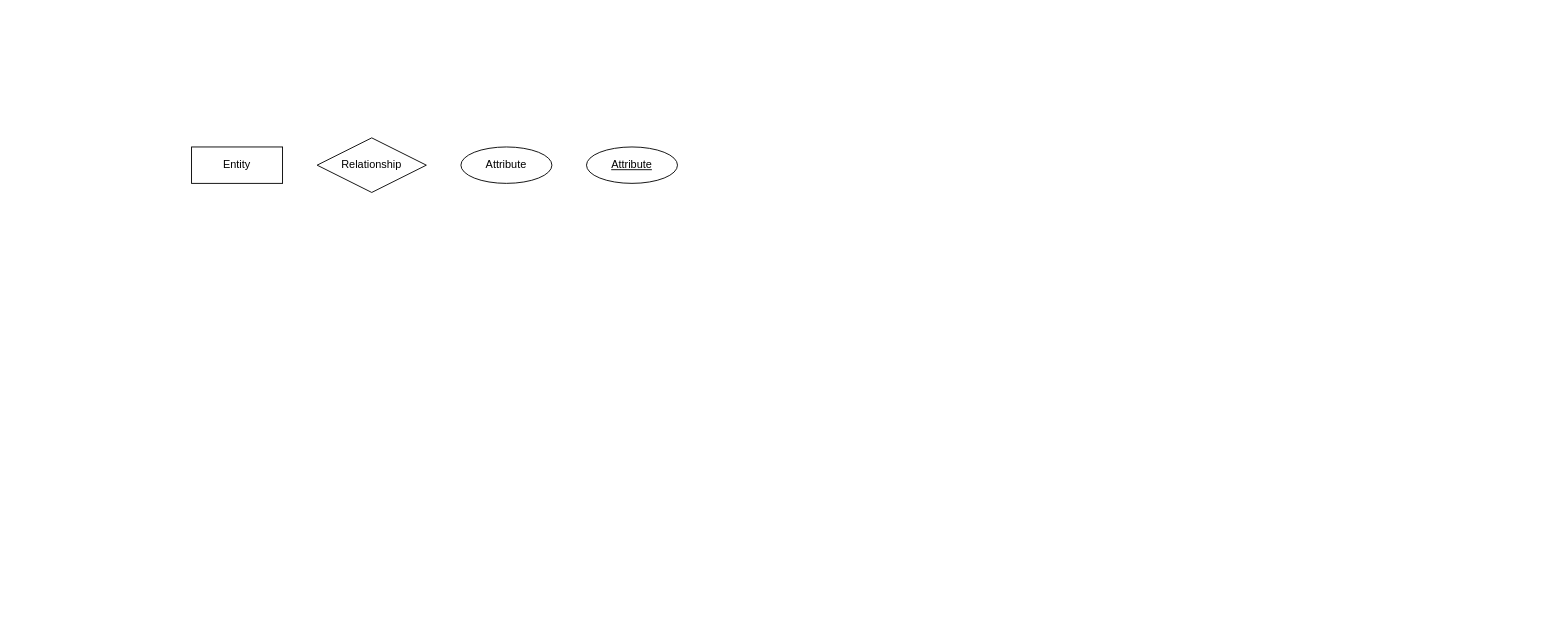
Above: 제목 없는 다이어그램.drawio in blendy9702/til-dbms (draw.io), before the change. Source tidied: cells renumbered, new cells numbered last; positions are measured from the earlier drawing's top-left corner, leaving out a move shared by most shapes. Both pictures are drawn from the tidied source at 91%, with x=0, y=0 at pixel (191, 137).
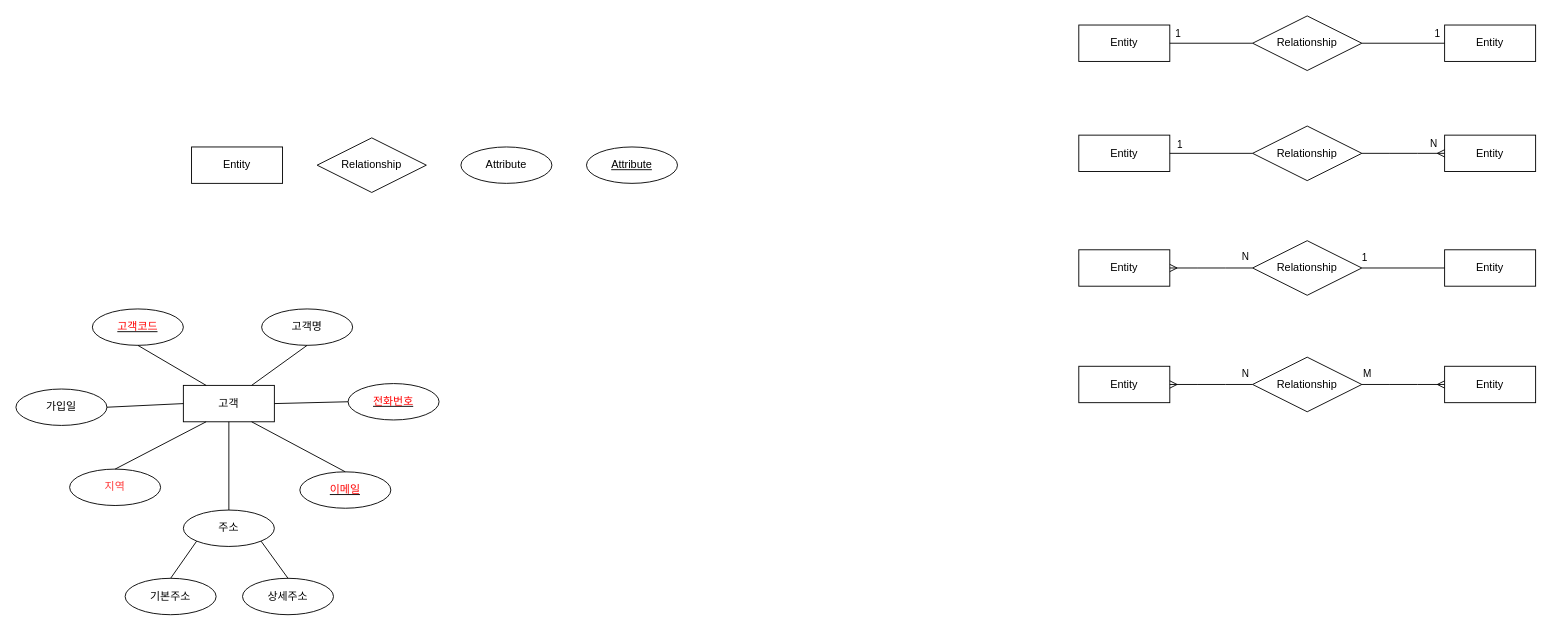
After the change.

Commit message:
1차 시작.drawio 업데이트

What changed in the source:
```diff
@@
+    <mxCell id="6" value="Entity" style="whiteSpace=wrap;html=1;align=center;" parent="1" vertex="1">
+      <mxGeometry x="975" y="-124" width="100" height="40" as="geometry" />
+    </mxCell>
+    <mxCell id="7" value="Relationship" style="shape=rhombus;perimeter=rhombusPerimeter;whiteSpace=wrap;html=1;align=center;" parent="1" vertex="1">
+      <mxGeometry x="1166" y="-134" width="120" height="60" as="geometry" />
+    </mxCell>
+    <mxCell id="8" value="Entity" style="whiteSpace=wrap;html=1;align=center;" parent="1" vertex="1">
+      <mxGeometry x="1377" y="-124" width="100" height="40" as="geometry" />
+    </mxCell>
+    <mxCell id="9" style="endArrow=none;html=1;rounded=0;exitX=1;exitY=0.5;exitDx=0;exitDy=0;entryX=0;entryY=0.5;entryDx=0;entryDy=0;" parent="1" edge="1" source="6" target="7">
+      <mxGeometry x="-0.71" y="11" relative="1" as="geometry" />
+    </mxCell>
+    <mxCell id="10" value="1" style="edgeLabel;html=1;align=center;verticalAlign=middle;" parent="9" vertex="1">
+      <mxGeometry x="-0.02" y="2" relative="1" as="geometry">
+        <mxPoint x="-37" y="-9" as="offset" />
+      </mxGeometry>
+    </mxCell>
+    <mxCell id="11" style="endArrow=none;html=1;rounded=0;exitX=1;exitY=0.5;exitDx=0;exitDy=0;entryX=0;entryY=0.5;entryDx=0;entryDy=0;" parent="1" edge="1" source="7" target="8">
+      <mxGeometry x="0.65" y="11" relative="1" as="geometry" />
+    </mxCell>
+    <mxCell id="12" value="1" style="edgeLabel;html=1;align=center;verticalAlign=middle;" parent="11" vertex="1">
+      <mxGeometry x="0.26" y="-1" relative="1" as="geometry">
+        <mxPoint x="25" y="-12" as="offset" />
+      </mxGeometry>
+    </mxCell>
+    <mxCell id="13" value="Entity" style="whiteSpace=wrap;html=1;align=center;" parent="1" vertex="1">
+      <mxGeometry x="975" y="-3" width="100" height="40" as="geometry" />
+    </mxCell>
+    <mxCell id="14" value="Relationship" style="shape=rhombus;perimeter=rhombusPerimeter;whiteSpace=wrap;html=1;align=center;" parent="1" vertex="1">
+      <mxGeometry x="1166" y="-13" width="120" height="60" as="geometry" />
+    </mxCell>
+    <mxCell id="15" value="Entity" style="whiteSpace=wrap;html=1;align=center;" parent="1" vertex="1">
+      <mxGeometry x="1377" y="-3" width="100" height="40" as="geometry" />
+    </mxCell>
+    <mxCell id="16" style="endArrow=none;html=1;rounded=0;exitX=1;exitY=0.5;exitDx=0;exitDy=0;entryX=0;entryY=0.5;entryDx=0;entryDy=0;" parent="1" edge="1" source="13" target="14">
+      <mxGeometry relative="1" as="geometry" />
+    </mxCell>
+    <mxCell id="17" value="1" style="edgeLabel;html=1;align=center;verticalAlign=middle;" parent="16" vertex="1">
+      <mxGeometry x="-0.59" y="2" relative="1" as="geometry">
+        <mxPoint x="-9" y="-8" as="offset" />
+      </mxGeometry>
+    </mxCell>
+    <mxCell id="18" value="Entity" style="whiteSpace=wrap;html=1;align=center;" parent="1" vertex="1">
+      <mxGeometry x="975" y="123" width="100" height="40" as="geometry" />
+    </mxCell>
+    <mxCell id="19" value="Relationship" style="shape=rhombus;perimeter=rhombusPerimeter;whiteSpace=wrap;html=1;align=center;" parent="1" vertex="1">
+      <mxGeometry x="1166" y="113" width="120" height="60" as="geometry" />
+    </mxCell>
+    <mxCell id="20" value="Entity" style="whiteSpace=wrap;html=1;align=center;" parent="1" vertex="1">
+      <mxGeometry x="1377" y="123" width="100" height="40" as="geometry" />
+    </mxCell>
+    <mxCell id="21" style="endArrow=none;html=1;rounded=0;exitX=1;exitY=0.5;exitDx=0;exitDy=0;entryX=0;entryY=0.5;entryDx=0;entryDy=0;" parent="1" edge="1" source="19" target="20">
+      <mxGeometry relative="1" as="geometry" />
+    </mxCell>
+    <mxCell id="22" value="Entity" style="whiteSpace=wrap;html=1;align=center;" parent="1" vertex="1">
+      <mxGeometry x="975" y="251" width="100" height="40" as="geometry" />
+    </mxCell>
+    <mxCell id="23" value="Relationship" style="shape=rhombus;perimeter=rhombusPerimeter;whiteSpace=wrap;html=1;align=center;" parent="1" vertex="1">
+      <mxGeometry x="1166" y="241" width="120" height="60" as="geometry" />
+    </mxCell>
+    <mxCell id="24" value="Entity" style="whiteSpace=wrap;html=1;align=center;" parent="1" vertex="1">
+      <mxGeometry x="1377" y="251" width="100" height="40" as="geometry" />
+    </mxCell>
+    <mxCell id="25" style="edgeStyle=entityRelationEdgeStyle;fontSize=12;html=1;endArrow=ERmany;rounded=0;exitX=1;exitY=0.5;exitDx=0;exitDy=0;" parent="1" edge="1" source="14" target="15">
+      <mxGeometry relative="1" as="geometry" />
+    </mxCell>
+    <mxCell id="26" value="N" style="edgeLabel;html=1;align=center;verticalAlign=middle;" parent="25" vertex="1">
+      <mxGeometry x="0.25" y="2" relative="1" as="geometry">
+        <mxPoint x="21" y="-9" as="offset" />
+      </mxGeometry>
+    </mxCell>
+    <mxCell id="27" style="edgeStyle=entityRelationEdgeStyle;fontSize=12;html=1;endArrow=ERmany;rounded=0;exitX=0;exitY=0.5;exitDx=0;exitDy=0;" parent="1" edge="1" source="19" target="18">
+      <mxGeometry relative="1" as="geometry" />
+    </mxCell>
+    <mxCell id="28" value="N" style="edgeLabel;html=1;align=center;verticalAlign=middle;" parent="27" vertex="1">
+      <mxGeometry x="0.25" y="2" relative="1" as="geometry">
+        <mxPoint x="48" y="-15" as="offset" />
+      </mxGeometry>
+    </mxCell>
+    <mxCell id="29" value="1" style="edgeLabel;html=1;align=center;verticalAlign=middle;" parent="1" vertex="1">
+      <mxGeometry x="1017" y="17" as="geometry">
+        <mxPoint x="271" y="114" as="offset" />
+      </mxGeometry>
+    </mxCell>
+    <mxCell id="30" style="edgeStyle=entityRelationEdgeStyle;fontSize=12;html=1;endArrow=ERmany;rounded=0;entryX=1;entryY=0.5;entryDx=0;entryDy=0;exitX=0;exitY=0.5;exitDx=0;exitDy=0;" parent="1" edge="1" source="23" target="22">
+      <mxGeometry relative="1" as="geometry" />
+    </mxCell>
+    <mxCell id="31" value="N" style="edgeLabel;html=1;align=center;verticalAlign=middle;" parent="30" vertex="1">
+      <mxGeometry x="0.25" y="2" relative="1" as="geometry">
+        <mxPoint x="48" y="-15" as="offset" />
+      </mxGeometry>
+    </mxCell>
+    <mxCell id="32" style="edgeStyle=entityRelationEdgeStyle;fontSize=12;html=1;endArrow=ERmany;rounded=0;exitX=1;exitY=0.5;exitDx=0;exitDy=0;entryX=0;entryY=0.5;entryDx=0;entryDy=0;" parent="1" edge="1" source="23" target="24">
+      <mxGeometry relative="1" as="geometry" />
+    </mxCell>
+    <mxCell id="33" value="M" style="edgeLabel;html=1;align=center;verticalAlign=middle;" parent="32" vertex="1">
+      <mxGeometry x="0.25" y="2" relative="1" as="geometry">
+        <mxPoint x="-52" y="-11" as="offset" />
+      </mxGeometry>
+    </mxCell>
+    <mxCell id="34" value="고객" style="whiteSpace=wrap;html=1;align=center;" parent="1" vertex="1">
+      <mxGeometry x="-9" y="272" width="100" height="40" as="geometry" />
+    </mxCell>
+    <mxCell id="35" value="&lt;u&gt;&lt;font style=&quot;color: rgb(255, 0, 0);&quot;&gt;고객코드&lt;/font&gt;&lt;/u&gt;" style="ellipse;whiteSpace=wrap;html=1;align=center;" parent="1" vertex="1">
+      <mxGeometry x="-109" y="188" width="100" height="40" as="geometry" />
+    </mxCell>
+    <mxCell id="36" value="고객명" style="ellipse;whiteSpace=wrap;html=1;align=center;" parent="1" vertex="1">
+      <mxGeometry x="77" y="188" width="100" height="40" as="geometry" />
+    </mxCell>
+    <mxCell id="37" value="&lt;u&gt;&lt;font style=&quot;color: rgb(255, 0, 0);&quot;&gt;전화번호&lt;/font&gt;&lt;/u&gt;" style="ellipse;whiteSpace=wrap;html=1;align=center;" parent="1" vertex="1">
+      <mxGeometry x="172" y="270" width="100" height="40" as="geometry" />
+    </mxCell>
+    <mxCell id="38" value="&lt;u&gt;&lt;font style=&quot;color: rgb(255, 0, 0);&quot;&gt;이메일&lt;/font&gt;&lt;/u&gt;" style="ellipse;whiteSpace=wrap;html=1;align=center;" parent="1" vertex="1">
+      <mxGeometry x="119" y="367" width="100" height="40" as="geometry" />
+    </mxCell>
+    <mxCell id="39" value="&lt;font style=&quot;color: rgb(255, 58, 58);&quot;&gt;지역&lt;/font&gt;" style="ellipse;whiteSpace=wrap;html=1;align=center;" parent="1" vertex="1">
+      <mxGeometry x="-134" y="364" width="100" height="40" as="geometry" />
+    </mxCell>
+    <mxCell id="40" value="가입일" style="ellipse;whiteSpace=wrap;html=1;align=center;" parent="1" vertex="1">
+      <mxGeometry x="-193" y="276" width="100" height="40" as="geometry" />
+    </mxCell>
+    <mxCell id="41" style="endArrow=none;html=1;rounded=0;entryX=0.5;entryY=1;entryDx=0;entryDy=0;exitX=0.75;exitY=0;exitDx=0;exitDy=0;" parent="1" edge="1" source="34" target="36">
+      <mxGeometry relative="1" as="geometry" />
+    </mxCell>
+    <mxCell id="42" style="endArrow=none;html=1;rounded=0;entryX=0.5;entryY=1;entryDx=0;entryDy=0;exitX=0.25;exitY=0;exitDx=0;exitDy=0;" parent="1" edge="1" source="34" target="35">
+      <mxGeometry relative="1" as="geometry" />
+    </mxCell>
+    <mxCell id="43" style="endArrow=none;html=1;rounded=0;entryX=0;entryY=0.5;entryDx=0;entryDy=0;exitX=1;exitY=0.5;exitDx=0;exitDy=0;" parent="1" edge="1" source="40" target="34">
+      <mxGeometry relative="1" as="geometry" />
+    </mxCell>
+    <mxCell id="44" style="endArrow=none;html=1;rounded=0;entryX=0;entryY=0.5;entryDx=0;entryDy=0;exitX=1;exitY=0.5;exitDx=0;exitDy=0;" parent="1" edge="1" source="34" target="37">
+      <mxGeometry relative="1" as="geometry" />
+    </mxCell>
+    <mxCell id="45" style="endArrow=none;html=1;rounded=0;entryX=0.5;entryY=0;entryDx=0;entryDy=0;exitX=0.75;exitY=1;exitDx=0;exitDy=0;" parent="1" edge="1" source="34" target="38">
+      <mxGeometry relative="1" as="geometry" />
+    </mxCell>
+    <mxCell id="46" style="endArrow=none;html=1;rounded=0;entryX=0.25;entryY=1;entryDx=0;entryDy=0;exitX=0.5;exitY=0;exitDx=0;exitDy=0;" parent="1" edge="1" source="39" target="34">
+      <mxGeometry relative="1" as="geometry" />
+    </mxCell>
+    <mxCell id="47" value="주소" style="ellipse;whiteSpace=wrap;html=1;align=center;" parent="1" vertex="1">
+      <mxGeometry x="-9" y="409" width="100" height="40" as="geometry" />
+    </mxCell>
+    <mxCell id="48" style="endArrow=none;html=1;rounded=0;entryX=0.5;entryY=1;entryDx=0;entryDy=0;exitX=0.5;exitY=0;exitDx=0;exitDy=0;" parent="1" edge="1" source="47" target="34">
+      <mxGeometry relative="1" as="geometry" />
+    </mxCell>
+    <mxCell id="49" value="기본주소" style="ellipse;whiteSpace=wrap;html=1;align=center;" parent="1" vertex="1">
+      <mxGeometry x="-73" y="484" width="100" height="40" as="geometry" />
+    </mxCell>
+    <mxCell id="50" value="상세주소" style="ellipse;whiteSpace=wrap;html=1;align=center;" parent="1" vertex="1">
+      <mxGeometry x="56" y="484" width="100" height="40" as="geometry" />
+    </mxCell>
+    <mxCell id="51" style="endArrow=none;html=1;rounded=0;entryX=0;entryY=1;entryDx=0;entryDy=0;exitX=0.5;exitY=0;exitDx=0;exitDy=0;" parent="1" edge="1" source="49" target="47">
+      <mxGeometry relative="1" as="geometry" />
+    </mxCell>
+    <mxCell id="52" style="endArrow=none;html=1;rounded=0;entryX=1;entryY=1;entryDx=0;entryDy=0;exitX=0.5;exitY=0;exitDx=0;exitDy=0;" parent="1" edge="1" source="50" target="47">
+      <mxGeometry relative="1" as="geometry" />
+    </mxCell>
```
